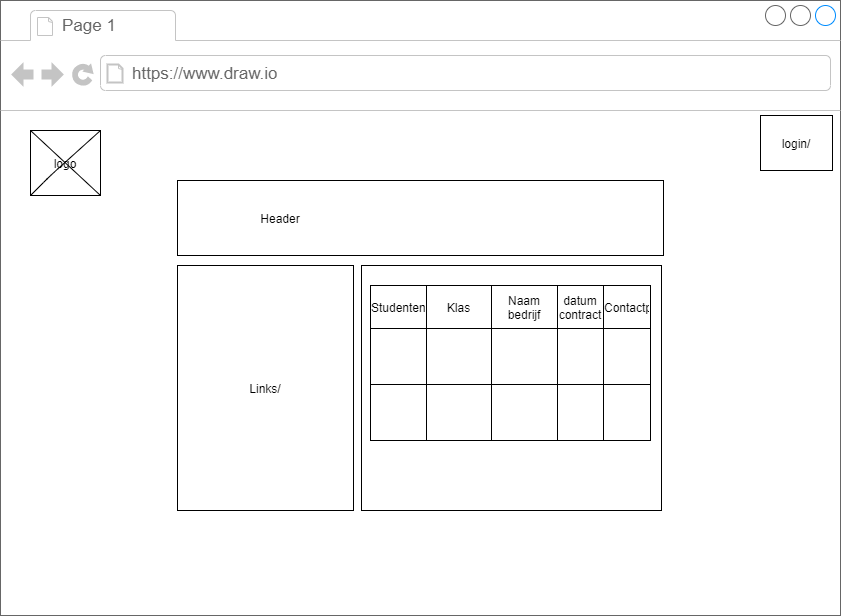
Above: Documents/Images_IPP/homepagina_mentor.png in michligtenberg/beroeps-stagewebsite (draw.io), before the change. Source tidied: cells renumbered, new cells last; positions are measured from the earlier drawing's top-left corner, leaving out a move shared by most shapes.
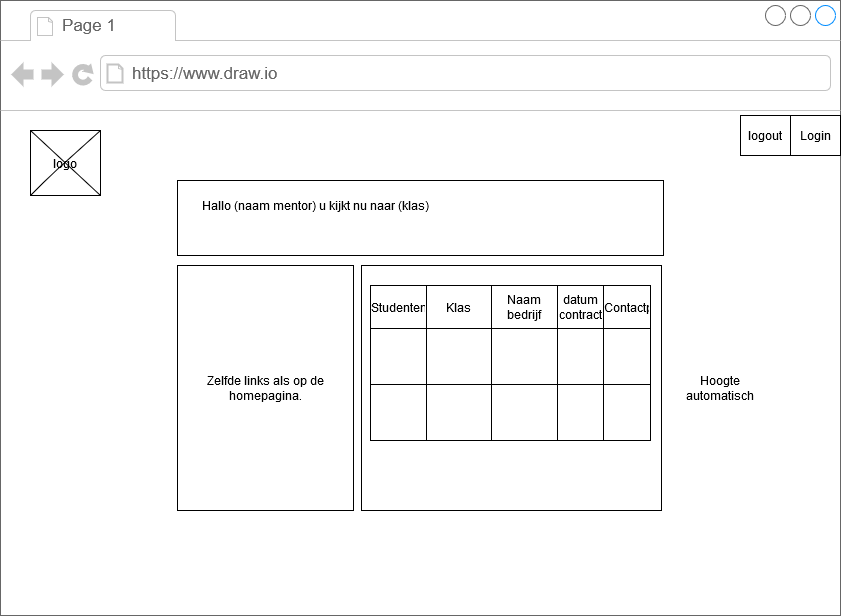
Above is the later version.

The edit, as a diff of the source:
```diff
@@ -14,15 +14,12 @@
     <mxCell id="5" style="rounded=0;whiteSpace=wrap;html=1;" parent="2" vertex="1">
       <mxGeometry x="177" y="180" width="486" height="75" as="geometry" />
     </mxCell>
-    <mxCell id="6" value="Links/" style="rounded=0;whiteSpace=wrap;html=1;" parent="2" vertex="1">
+    <mxCell id="6" value="Zelfde links als op de homepagina." style="rounded=0;whiteSpace=wrap;html=1;" parent="2" vertex="1">
       <mxGeometry x="177" y="265" width="176" height="245" as="geometry" />
     </mxCell>
     <mxCell id="7" style="rounded=0;whiteSpace=wrap;html=1;" parent="2" vertex="1">
       <mxGeometry x="361" y="265" width="300" height="245" as="geometry" />
     </mxCell>
-    <mxCell id="8" value="login/" style="rounded=0;whiteSpace=wrap;html=1;" parent="2" vertex="1">
-      <mxGeometry x="760" y="115" width="72" height="55" as="geometry" />
-    </mxCell>
     <mxCell id="9" style="shape=table;html=1;whiteSpace=wrap;startSize=0;" parent="2" vertex="1">
       <mxGeometry x="370" y="285" width="280" height="155" as="geometry" />
     </mxCell>
@@ -93,8 +90,17 @@
     <mxCell id="30" style="endArrow=none;html=1;entryX=1;entryY=1;entryDx=0;entryDy=0;exitX=0;exitY=0;exitDx=0;exitDy=0;" parent="2" edge="1" source="28" target="28">
       <mxGeometry relative="1" as="geometry" />
     </mxCell>
-    <mxCell id="31" value="Header" style="text;html=1;strokeColor=none;fillColor=none;align=center;verticalAlign=middle;whiteSpace=wrap;rounded=0;" parent="2" vertex="1">
-      <mxGeometry x="260" y="208" width="40" height="20" as="geometry" />
+    <mxCell id="31" value="Hallo (naam mentor) u kijkt nu naar (klas)" style="text;html=1;strokeColor=none;fillColor=none;align=center;verticalAlign=middle;whiteSpace=wrap;rounded=0;" parent="2" vertex="1">
+      <mxGeometry x="170" y="195" width="290" height="20" as="geometry" />
     </mxCell>
+    <mxCell id="32" value="Login" style="rounded=0;whiteSpace=wrap;html=1;" parent="2" vertex="1">
+      <mxGeometry x="790" y="115" width="50" height="40" as="geometry" />
+    </mxCell>
+    <mxCell id="33" value="logout" style="rounded=0;whiteSpace=wrap;html=1;" parent="2" vertex="1">
+      <mxGeometry x="740" y="115" width="50" height="40" as="geometry" />
+    </mxCell>
+    <mxCell id="34" value="Hoogte automatisch" style="text;html=1;strokeColor=none;fillColor=none;align=center;verticalAlign=middle;whiteSpace=wrap;rounded=0;" parent="2" vertex="1">
+      <mxGeometry x="670" y="377.5" width="100" height="20" as="geometry" />
+    </mxCell>
   </root>
 </mxGraphModel>
```
